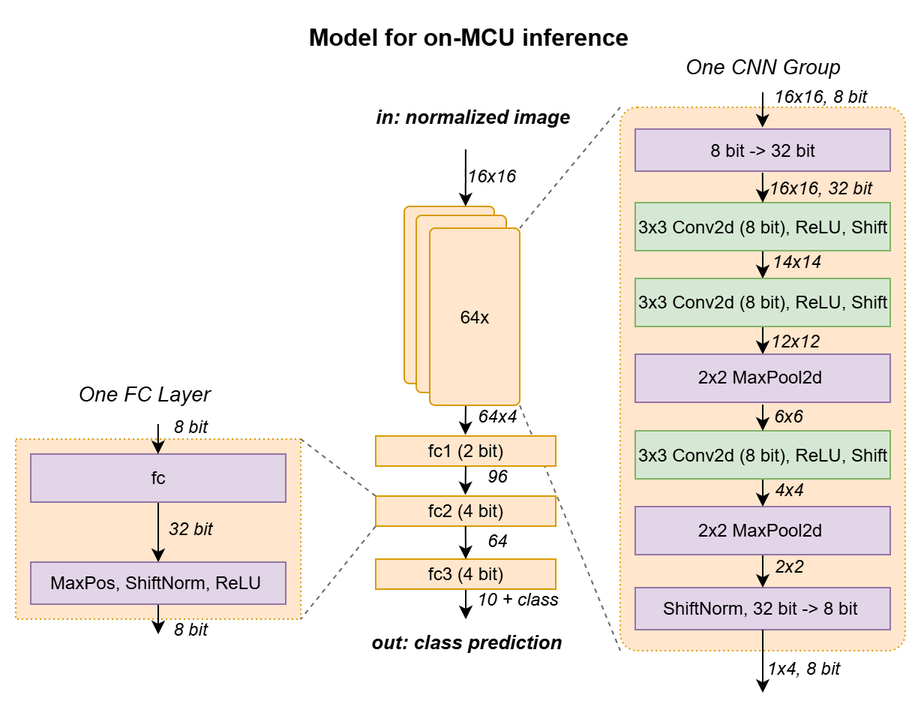
The draw.io diagram docs/model_cnn_mcu.png in cpldcpu/BitNetMCU, before a commit. Source tidied: cells renumbered, new cells last; positions are measured from the earlier drawing's top-left corner, leaving out a move shared by most shapes.
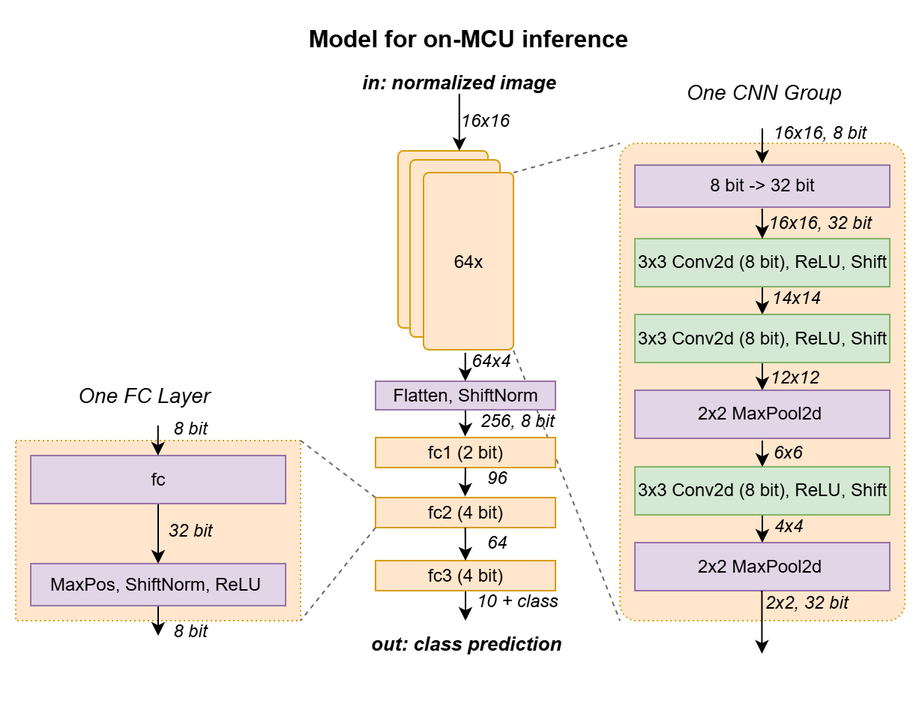
The same diagram one commit later.

Diff of the diagram source:
```diff
@@ -2,10 +2,8 @@
   <root>
     <mxCell id="0" />
     <mxCell id="1" parent="0" />
-    <mxCell id="2" style="endArrow=none;html=1;strokeWidth=1;rounded=0;dashed=1;strokeColor=#696969;exitX=1;exitY=0;exitDx=0;exitDy=0;entryX=0;entryY=1;entryDx=0;entryDy=0;" parent="1" edge="1" target="33">
-      <mxGeometry relative="1" as="geometry">
-        <mxPoint x="336" y="260.5" as="sourcePoint" />
-      </mxGeometry>
+    <mxCell id="2" style="endArrow=none;html=1;strokeWidth=1;rounded=0;dashed=1;strokeColor=#696969;exitX=1;exitY=0;exitDx=0;exitDy=0;entryX=0;entryY=1;entryDx=0;entryDy=0;" parent="1" edge="1" source="12" target="33">
+      <mxGeometry relative="1" as="geometry" />
     </mxCell>
     <mxCell id="3" style="rounded=0;whiteSpace=wrap;html=1;dashed=1;dashPattern=1 2;fillColor=#ffe6cc;strokeColor=#d79b00;" parent="1" vertex="1">
       <mxGeometry y="283" width="190" height="120" as="geometry" />
@@ -44,10 +42,14 @@
     <mxCell id="11" style="edgeStyle=orthogonalEdgeStyle;rounded=0;jettySize=auto;html=1;entryX=0.498;entryY=-0.038;entryDx=0;entryDy=0;startArrow=none;startFill=0;entryPerimeter=0;" parent="1" edge="1" target="10">
       <mxGeometry relative="1" as="geometry">
         <mxPoint x="300" y="261" as="sourcePoint" />
+        <Array as="points">
+          <mxPoint x="300" y="270" />
+          <mxPoint x="300" y="270" />
+        </Array>
       </mxGeometry>
     </mxCell>
     <mxCell id="12" value="64x4" style="text;html=1;align=center;verticalAlign=middle;whiteSpace=wrap;rounded=0;fontStyle=2;" parent="1" vertex="1">
-      <mxGeometry x="306" y="261" width="30" height="15" as="geometry" />
+      <mxGeometry x="302" y="223" width="30" height="15" as="geometry" />
     </mxCell>
     <mxCell id="13" value="fc2 (4 bit)" style="rounded=0;whiteSpace=wrap;html=1;fillColor=#ffe6cc;strokeColor=#d79b00;" parent="1" vertex="1">
       <mxGeometry x="240" y="321" width="120" height="20" as="geometry" />
@@ -78,7 +80,7 @@
       <mxGeometry x="230.5" y="410" width="139" height="15" as="geometry" />
     </mxCell>
     <mxCell id="21" value="in: normalized image&amp;nbsp;" style="text;html=1;align=center;verticalAlign=middle;whiteSpace=wrap;rounded=0;fontStyle=3;fontSize=13;" parent="1" vertex="1">
-      <mxGeometry x="236.5" y="60" width="139" height="15" as="geometry" />
+      <mxGeometry x="228" y="36" width="139" height="15" as="geometry" />
     </mxCell>
     <mxCell id="22" value="Model&amp;nbsp;&lt;span style=&quot;background-color: initial;&quot;&gt;for on-MCU inference&lt;/span&gt;" style="text;html=1;align=center;verticalAlign=middle;whiteSpace=wrap;rounded=0;fontSize=16;fontStyle=1;" parent="1" vertex="1">
       <mxGeometry x="190" width="224" height="30" as="geometry" />
@@ -105,126 +107,133 @@
       </mxGeometry>
     </mxCell>
     <mxCell id="29" style="rounded=1;whiteSpace=wrap;html=1;fillColor=#ffe6cc;strokeColor=light-dark(#D79B00,#996500);perimeterSpacing=0;miterlimit=4;arcSize=6;strokeWidth=1;" parent="1" vertex="1">
-      <mxGeometry x="259" y="128" width="60" height="118" as="geometry" />
+      <mxGeometry x="255" y="90" width="60" height="118" as="geometry" />
     </mxCell>
     <mxCell id="30" style="rounded=1;whiteSpace=wrap;html=1;fillColor=#ffe6cc;strokeColor=light-dark(#D79B00,#996500);perimeterSpacing=0;miterlimit=4;arcSize=6;strokeWidth=1;" parent="1" vertex="1">
-      <mxGeometry x="267" y="134" width="60" height="118" as="geometry" />
+      <mxGeometry x="263" y="96" width="60" height="118" as="geometry" />
     </mxCell>
     <mxCell id="31" value="64x" style="rounded=1;whiteSpace=wrap;html=1;fillColor=#ffe6cc;strokeColor=light-dark(#D79B00,#996500);perimeterSpacing=0;miterlimit=4;arcSize=6;strokeWidth=1;" parent="1" vertex="1">
-      <mxGeometry x="276" y="142.5" width="60" height="118" as="geometry" />
+      <mxGeometry x="272" y="104.5" width="60" height="118" as="geometry" />
     </mxCell>
     <mxCell id="32" style="group;" parent="1" vertex="1">
       <mxGeometry x="403" y="20" width="190" height="432" as="geometry" />
     </mxCell>
     <mxCell id="33" style="rounded=1;whiteSpace=wrap;html=1;dashed=1;dashPattern=1 2;fillColor=#ffe6cc;strokeColor=#d79b00;perimeterSpacing=0;miterlimit=4;arcSize=6;" parent="32" vertex="1">
-      <mxGeometry y="42" width="190" height="362" as="geometry" />
+      <mxGeometry y="65" width="190" height="318" as="geometry" />
     </mxCell>
     <mxCell id="34" style="edgeStyle=orthogonalEdgeStyle;rounded=0;jettySize=auto;html=1;entryX=0.5;entryY=0;entryDx=0;entryDy=0;" parent="32" edge="1" source="35" target="41">
       <mxGeometry relative="1" as="geometry" />
     </mxCell>
     <mxCell id="35" value="3x3 Conv2d (8 bit), ReLU, Shift" style="rounded=0;whiteSpace=wrap;html=1;fillColor=#d5e8d4;strokeColor=#82b366;" parent="32" vertex="1">
-      <mxGeometry x="10" y="105.5" width="170" height="32" as="geometry" />
+      <mxGeometry x="10" y="128.5" width="170" height="32" as="geometry" />
     </mxCell>
     <mxCell id="36" value="&lt;span style=&quot;font-weight: normal;&quot;&gt;&lt;i&gt;One CNN Group&lt;/i&gt;&lt;/span&gt;" style="text;html=1;align=center;verticalAlign=middle;whiteSpace=wrap;rounded=0;fontSize=14;fontStyle=1;" parent="32" vertex="1">
-      <mxGeometry x="31" width="128" height="30" as="geometry" />
+      <mxGeometry x="32" y="16" width="128" height="30" as="geometry" />
     </mxCell>
     <mxCell id="37" style="edgeStyle=orthogonalEdgeStyle;rounded=0;jettySize=auto;html=1;entryX=0.5;entryY=0;entryDx=0;entryDy=0;" parent="32" edge="1" target="35">
       <mxGeometry relative="1" as="geometry">
-        <mxPoint x="94.9" y="85.5" as="sourcePoint" />
+        <mxPoint x="94.9" y="108.5" as="sourcePoint" />
       </mxGeometry>
     </mxCell>
     <mxCell id="38" value="16x16, 8 bit&amp;nbsp;" style="text;html=1;align=center;verticalAlign=middle;whiteSpace=wrap;rounded=0;fontStyle=2;" parent="32" vertex="1">
-      <mxGeometry x="100" y="27" width="70" height="15" as="geometry" />
+      <mxGeometry x="100" y="50" width="70" height="15" as="geometry" />
     </mxCell>
-    <mxCell id="39" value="ShiftNorm, 32 bit -&amp;gt; 8 bit&amp;nbsp;" style="rounded=0;whiteSpace=wrap;html=1;fillColor=#e1d5e7;strokeColor=#9673a6;" parent="32" vertex="1">
-      <mxGeometry x="10" y="362" width="170" height="28" as="geometry" />
-    </mxCell>
     <mxCell id="40" style="edgeStyle=orthogonalEdgeStyle;rounded=0;jettySize=auto;html=1;" parent="32" edge="1" source="41" target="45">
       <mxGeometry relative="1" as="geometry" />
     </mxCell>
     <mxCell id="41" value="3x3 Conv2d (8 bit), ReLU, Shift" style="rounded=0;whiteSpace=wrap;html=1;fillColor=#d5e8d4;strokeColor=#82b366;" parent="32" vertex="1">
-      <mxGeometry x="10" y="156" width="170" height="32" as="geometry" />
+      <mxGeometry x="10" y="179" width="170" height="32" as="geometry" />
     </mxCell>
     <mxCell id="42" style="edgeStyle=orthogonalEdgeStyle;rounded=0;jettySize=auto;html=1;" parent="32" edge="1" source="43" target="47">
       <mxGeometry relative="1" as="geometry" />
     </mxCell>
     <mxCell id="43" value="3x3 Conv2d (8 bit), ReLU, Shift" style="rounded=0;whiteSpace=wrap;html=1;fillColor=#d5e8d4;strokeColor=#82b366;" parent="32" vertex="1">
-      <mxGeometry x="10" y="257.5" width="170" height="32" as="geometry" />
+      <mxGeometry x="10" y="280.5" width="170" height="32" as="geometry" />
     </mxCell>
     <mxCell id="44" style="edgeStyle=orthogonalEdgeStyle;rounded=0;orthogonalLoop=1;jettySize=auto;html=1;" parent="32" edge="1">
       <mxGeometry relative="1" as="geometry">
-        <mxPoint x="95" y="240" as="sourcePoint" />
-        <mxPoint x="95" y="257.5" as="targetPoint" />
+        <mxPoint x="95" y="263" as="sourcePoint" />
+        <mxPoint x="95" y="280.5" as="targetPoint" />
       </mxGeometry>
     </mxCell>
     <mxCell id="45" value="2x2 MaxPool2d&amp;nbsp;" style="rounded=0;whiteSpace=wrap;html=1;fillColor=#e1d5e7;strokeColor=#9673a6;" parent="32" vertex="1">
-      <mxGeometry x="10" y="206.5" width="170" height="32" as="geometry" />
+      <mxGeometry x="10" y="229.5" width="170" height="32" as="geometry" />
     </mxCell>
-    <mxCell id="46" style="edgeStyle=orthogonalEdgeStyle;rounded=0;jettySize=auto;html=1;" parent="32" edge="1" source="47" target="39">
-      <mxGeometry relative="1" as="geometry" />
-    </mxCell>
     <mxCell id="47" value="2x2 MaxPool2d&amp;nbsp;" style="rounded=0;whiteSpace=wrap;html=1;fillColor=#e1d5e7;strokeColor=#9673a6;" parent="32" vertex="1">
-      <mxGeometry x="10" y="308" width="170" height="32" as="geometry" />
+      <mxGeometry x="10" y="331" width="170" height="32" as="geometry" />
     </mxCell>
     <mxCell id="48" value="8 bit -&amp;gt; 32 bit" style="rounded=0;whiteSpace=wrap;html=1;fillColor=#e1d5e7;strokeColor=#9673a6;" parent="32" vertex="1">
-      <mxGeometry x="10" y="56.5" width="170" height="28" as="geometry" />
+      <mxGeometry x="10" y="79.5" width="170" height="28" as="geometry" />
     </mxCell>
     <mxCell id="49" style="edgeStyle=orthogonalEdgeStyle;rounded=0;orthogonalLoop=1;jettySize=auto;html=1;entryX=0.5;entryY=0;entryDx=0;entryDy=0;" parent="32" edge="1">
       <mxGeometry relative="1" as="geometry">
-        <mxPoint x="95" y="32" as="sourcePoint" />
-        <mxPoint x="94.9" y="55.5" as="targetPoint" />
+        <mxPoint x="95" y="55" as="sourcePoint" />
+        <mxPoint x="94.9" y="78.5" as="targetPoint" />
         <Array as="points">
-          <mxPoint x="95" y="32" />
-          <mxPoint x="95" y="32" />
+          <mxPoint x="95" y="55" />
+          <mxPoint x="95" y="55" />
         </Array>
       </mxGeometry>
     </mxCell>
     <mxCell id="50" value="16x16, 32 bit&amp;nbsp;" style="text;html=1;align=center;verticalAlign=middle;whiteSpace=wrap;rounded=0;fontStyle=2;" parent="32" vertex="1">
-      <mxGeometry x="95" y="88" width="80" height="15" as="geometry" />
+      <mxGeometry x="95" y="111" width="80" height="15" as="geometry" />
     </mxCell>
     <mxCell id="51" value="14x14" style="text;html=1;align=center;verticalAlign=middle;whiteSpace=wrap;rounded=0;fontStyle=2;" parent="32" vertex="1">
-      <mxGeometry x="95" y="137.5" width="45" height="15" as="geometry" />
+      <mxGeometry x="95" y="160.5" width="45" height="15" as="geometry" />
     </mxCell>
     <mxCell id="52" value="12x12" style="text;html=1;align=center;verticalAlign=middle;whiteSpace=wrap;rounded=0;fontStyle=2;" parent="32" vertex="1">
-      <mxGeometry x="94" y="190.5" width="45" height="15" as="geometry" />
+      <mxGeometry x="94" y="213.5" width="45" height="15" as="geometry" />
     </mxCell>
     <mxCell id="53" value="6x6" style="text;html=1;align=center;verticalAlign=middle;whiteSpace=wrap;rounded=0;fontStyle=2;" parent="32" vertex="1">
-      <mxGeometry x="97" y="240" width="30" height="15" as="geometry" />
+      <mxGeometry x="97" y="263" width="30" height="15" as="geometry" />
     </mxCell>
     <mxCell id="54" value="4x4" style="text;html=1;align=center;verticalAlign=middle;whiteSpace=wrap;rounded=0;fontStyle=2;" parent="32" vertex="1">
-      <mxGeometry x="90" y="289" width="45" height="15" as="geometry" />
+      <mxGeometry x="90" y="312" width="45" height="15" as="geometry" />
     </mxCell>
-    <mxCell id="55" value="2x2" style="text;html=1;align=center;verticalAlign=middle;whiteSpace=wrap;rounded=0;fontStyle=2;" parent="32" vertex="1">
-      <mxGeometry x="89.5" y="340" width="45" height="15" as="geometry" />
+    <mxCell id="55" value="2x2, 32 bit" style="text;html=1;align=center;verticalAlign=middle;whiteSpace=wrap;rounded=0;fontStyle=2;" parent="32" vertex="1">
+      <mxGeometry x="89.5" y="363" width="70.5" height="15" as="geometry" />
     </mxCell>
-    <mxCell id="56" value="1x4, 8 bit" style="text;html=1;align=center;verticalAlign=middle;whiteSpace=wrap;rounded=0;fontStyle=2;" parent="32" vertex="1">
-      <mxGeometry x="91" y="408" width="62" height="15" as="geometry" />
-    </mxCell>
     <mxCell id="57" style="edgeStyle=orthogonalEdgeStyle;rounded=0;orthogonalLoop=1;jettySize=auto;html=1;" parent="32" edge="1">
       <mxGeometry relative="1" as="geometry">
-        <mxPoint x="95" y="390" as="sourcePoint" />
-        <mxPoint x="95" y="432" as="targetPoint" />
+        <mxPoint x="94.7" y="363" as="sourcePoint" />
+        <mxPoint x="94.7" y="405" as="targetPoint" />
         <Array as="points">
-          <mxPoint x="95" y="421" />
-          <mxPoint x="95" y="421" />
+          <mxPoint x="94.7" y="394" />
+          <mxPoint x="94.7" y="394" />
         </Array>
       </mxGeometry>
     </mxCell>
     <mxCell id="58" value="16x16" style="text;html=1;align=center;verticalAlign=middle;whiteSpace=wrap;rounded=0;fontStyle=2;" parent="1" vertex="1">
-      <mxGeometry x="301.5" y="100" width="30" height="15" as="geometry" />
+      <mxGeometry x="297.5" y="62" width="30" height="15" as="geometry" />
     </mxCell>
     <mxCell id="59" style="endArrow=none;html=1;strokeWidth=1;rounded=0;dashed=1;strokeColor=#696969;exitX=1;exitY=0;exitDx=0;exitDy=0;entryX=0;entryY=0;entryDx=0;entryDy=0;" parent="1" edge="1" source="31" target="33">
       <mxGeometry relative="1" as="geometry" />
     </mxCell>
     <mxCell id="60" style="edgeStyle=orthogonalEdgeStyle;rounded=0;orthogonalLoop=1;jettySize=auto;html=1;entryX=0.5;entryY=0;entryDx=0;entryDy=0;" parent="1" edge="1">
       <mxGeometry relative="1" as="geometry">
-        <mxPoint x="299.9" y="108" as="sourcePoint" />
-        <mxPoint x="299.9" y="128" as="targetPoint" />
+        <mxPoint x="295.9" y="70" as="sourcePoint" />
+        <mxPoint x="295.9" y="90" as="targetPoint" />
         <Array as="points">
-          <mxPoint x="300" y="90" />
-          <mxPoint x="300" y="90" />
+          <mxPoint x="296" y="52" />
+          <mxPoint x="296" y="52" />
         </Array>
       </mxGeometry>
     </mxCell>
+    <mxCell id="39" value="Flatten, ShiftNorm" style="rounded=0;whiteSpace=wrap;html=1;fillColor=#e1d5e7;strokeColor=#9673a6;" parent="1" vertex="1">
+      <mxGeometry x="240" y="243.5" width="120" height="19" as="geometry" />
+    </mxCell>
+    <mxCell id="61" style="edgeStyle=orthogonalEdgeStyle;rounded=0;orthogonalLoop=1;jettySize=auto;html=1;entryX=0.498;entryY=-0.038;entryDx=0;entryDy=0;startArrow=none;startFill=0;entryPerimeter=0;" parent="1" edge="1">
+      <mxGeometry relative="1" as="geometry">
+        <mxPoint x="299.9" y="224.5" as="sourcePoint" />
+        <mxPoint x="299.9" y="243.5" as="targetPoint" />
+        <Array as="points">
+          <mxPoint x="299.9" y="233.5" />
+          <mxPoint x="299.9" y="233.5" />
+        </Array>
+      </mxGeometry>
+    </mxCell>
+    <mxCell id="62" value="256, 8 bit" style="text;html=1;align=center;verticalAlign=middle;whiteSpace=wrap;rounded=0;fontStyle=2;" parent="1" vertex="1">
+      <mxGeometry x="306" y="262.5" width="57" height="15" as="geometry" />
+    </mxCell>
   </root>
 </mxGraphModel>
```
